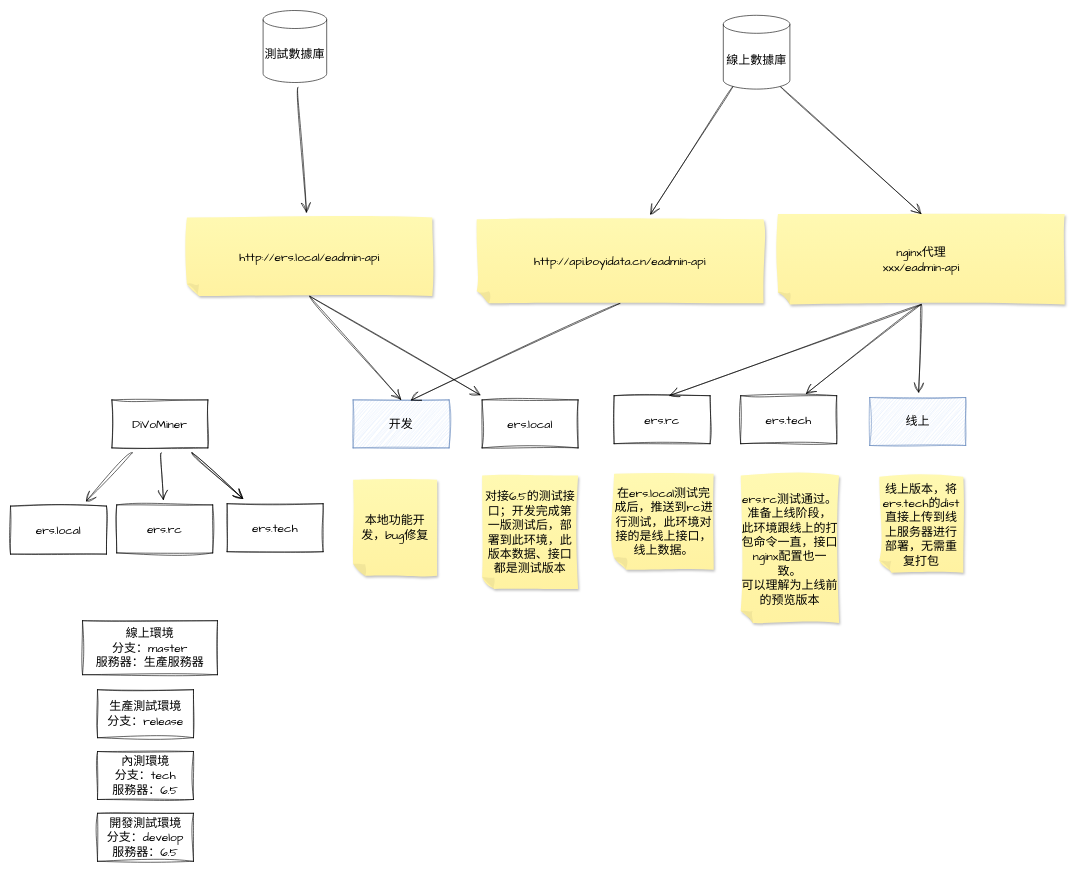
Above: draw/DiVoMiner結構.drawio in YaoKaiPeng/z-my-draw.io (draw.io), before the change. Source tidied: cells renumbered, new cells numbered last; positions are measured from the earlier drawing's top-left corner, leaving out a move shared by most shapes. Both pictures are drawn from the tidied source at 60%, with x=0, y=0 at pixel (10, 10).
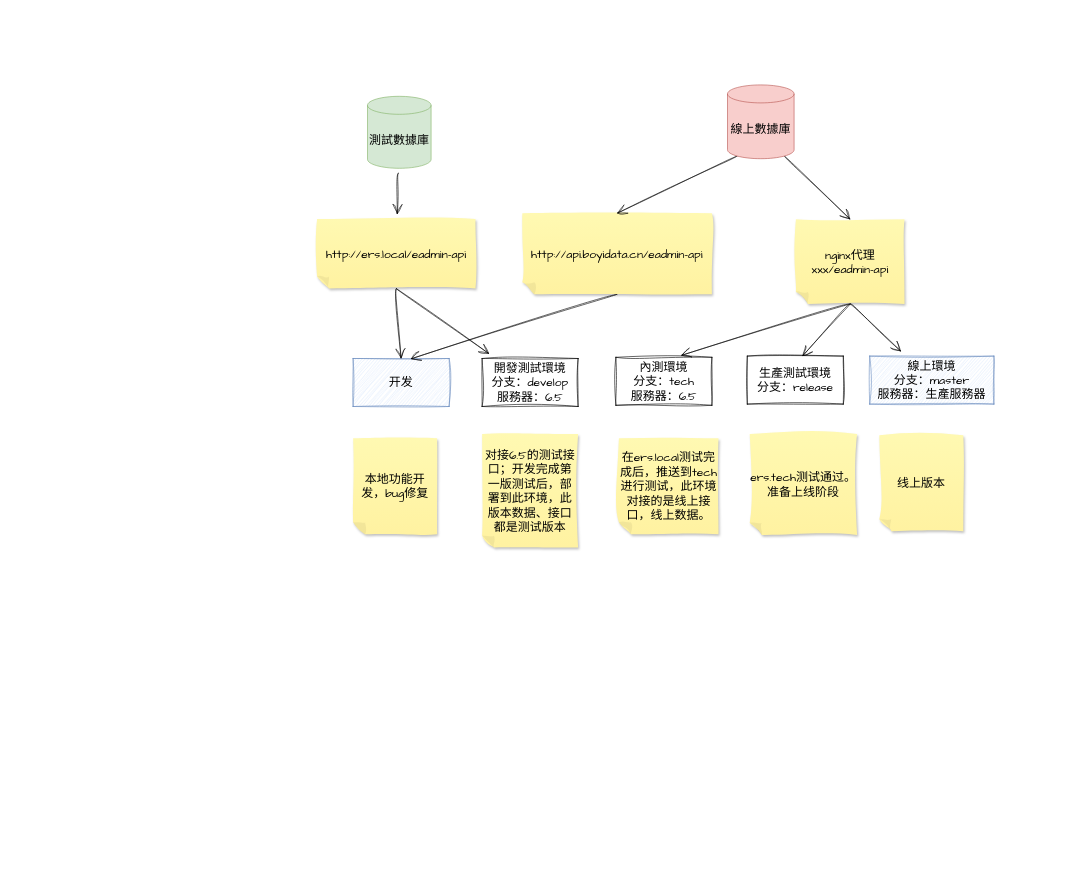
After the change.

Change to the diagram source:
```diff
@@
-    <mxCell id="2" style="edgeStyle=none;curved=1;rounded=0;sketch=1;hachureGap=4;jiggle=2;curveFitting=1;jettySize=auto;html=1;fontFamily=Architects Daughter;fontSize=16;endArrow=open;startSize=14;endSize=14;sourcePerimeterSpacing=8;targetPerimeterSpacing=8;" parent="1" edge="1" source="6" target="7">
-      <mxGeometry relative="1" as="geometry" />
-    </mxCell>
-    <mxCell id="3" style="edgeStyle=none;curved=1;rounded=0;sketch=1;hachureGap=4;jiggle=2;curveFitting=1;jettySize=auto;html=1;fontFamily=Architects Daughter;fontSize=16;endArrow=open;startSize=14;endSize=14;sourcePerimeterSpacing=8;targetPerimeterSpacing=8;" parent="1" edge="1" source="6" target="8">
-      <mxGeometry relative="1" as="geometry" />
-    </mxCell>
-    <mxCell id="4" style="edgeStyle=none;curved=1;rounded=0;sketch=1;hachureGap=4;jiggle=2;curveFitting=1;jettySize=auto;html=1;fontFamily=Architects Daughter;fontSize=16;endArrow=open;startSize=14;endSize=14;sourcePerimeterSpacing=8;targetPerimeterSpacing=8;" parent="1" edge="1" source="6" target="8">
-      <mxGeometry relative="1" as="geometry" />
-    </mxCell>
-    <mxCell id="5" style="edgeStyle=none;curved=1;rounded=0;sketch=1;hachureGap=4;jiggle=2;curveFitting=1;jettySize=auto;html=1;fontFamily=Architects Daughter;fontSize=16;endArrow=open;startSize=14;endSize=14;sourcePerimeterSpacing=8;targetPerimeterSpacing=8;" parent="1" edge="1" source="6" target="9">
-      <mxGeometry relative="1" as="geometry" />
-    </mxCell>
-    <mxCell id="6" value="DiVoMiner" style="rounded=0;whiteSpace=wrap;html=1;sketch=1;hachureGap=4;jiggle=2;curveFitting=1;fontFamily=Architects Daughter;fontSize=20;" parent="1" vertex="1">
-      <mxGeometry x="169" y="649" width="160" height="80" as="geometry" />
-    </mxCell>
-    <mxCell id="7" value="ers.local&lt;br&gt;" style="rounded=0;whiteSpace=wrap;html=1;sketch=1;hachureGap=4;jiggle=2;curveFitting=1;fontFamily=Architects Daughter;fontSize=20;" parent="1" vertex="1">
-      <mxGeometry y="826" width="160" height="80" as="geometry" />
-    </mxCell>
-    <mxCell id="8" value="ers.tech" style="rounded=0;whiteSpace=wrap;html=1;sketch=1;hachureGap=4;jiggle=2;curveFitting=1;fontFamily=Architects Daughter;fontSize=20;" parent="1" vertex="1">
-      <mxGeometry x="361" y="822" width="160" height="80" as="geometry" />
-    </mxCell>
-    <mxCell id="9" value="ers.rc" style="rounded=0;whiteSpace=wrap;html=1;sketch=1;hachureGap=4;jiggle=2;curveFitting=1;fontFamily=Architects Daughter;fontSize=20;" parent="1" vertex="1">
-      <mxGeometry x="177" y="824" width="160" height="80" as="geometry" />
-    </mxCell>
-    <mxCell id="10" value="線上環境&lt;br&gt;分支：master&lt;br&gt;服務器：生產服務器" style="rounded=0;whiteSpace=wrap;html=1;sketch=1;hachureGap=4;jiggle=2;curveFitting=1;fontFamily=Architects Daughter;fontSize=20;" parent="1" vertex="1">
-      <mxGeometry x="120" y="1017" width="225" height="90" as="geometry" />
-    </mxCell>
-    <mxCell id="11" value="內測環境&lt;br&gt;分支：tech&lt;br&gt;服務器：6.5" style="rounded=0;whiteSpace=wrap;html=1;sketch=1;hachureGap=4;jiggle=2;curveFitting=1;fontFamily=Architects Daughter;fontSize=20;" parent="1" vertex="1">
-      <mxGeometry x="145" y="1235" width="160" height="80" as="geometry" />
-    </mxCell>
-    <mxCell id="12" value="生產測試環境&lt;br&gt;分支：release" style="rounded=0;whiteSpace=wrap;html=1;sketch=1;hachureGap=4;jiggle=2;curveFitting=1;fontFamily=Architects Daughter;fontSize=20;" parent="1" vertex="1">
-      <mxGeometry x="145" y="1132" width="160" height="80" as="geometry" />
-    </mxCell>
-    <mxCell id="13" value="ers.local" style="rounded=0;whiteSpace=wrap;html=1;sketch=1;hachureGap=4;jiggle=2;curveFitting=1;fontFamily=Architects Daughter;fontSize=20;" parent="1" vertex="1">
-      <mxGeometry x="786" y="649" width="160" height="80" as="geometry" />
+    <mxCell id="13" value="開發測試環境&lt;br style=&quot;border-color: var(--border-color);&quot;&gt;分支：develop&lt;br style=&quot;border-color: var(--border-color);&quot;&gt;服務器：6.5" style="rounded=0;whiteSpace=wrap;html=1;sketch=1;hachureGap=4;jiggle=2;curveFitting=1;fontFamily=Architects Daughter;fontSize=20;" parent="1" vertex="1">
+      <mxGeometry x="786" y="580" width="160" height="80" as="geometry" />
     </mxCell>
-    <mxCell id="14" value="ers.rc" style="rounded=0;whiteSpace=wrap;html=1;sketch=1;hachureGap=4;jiggle=2;curveFitting=1;fontFamily=Architects Daughter;fontSize=20;" parent="1" vertex="1">
-      <mxGeometry x="1006" y="642" width="160" height="80" as="geometry" />
+    <mxCell id="14" value="生產測試環境&lt;br style=&quot;border-color: var(--border-color);&quot;&gt;分支：release" style="rounded=0;whiteSpace=wrap;html=1;sketch=1;hachureGap=4;jiggle=2;curveFitting=1;fontFamily=Architects Daughter;fontSize=20;" parent="1" vertex="1">
+      <mxGeometry x="1228" y="576" width="160" height="80" as="geometry" />
     </mxCell>
-    <mxCell id="15" value="ers.tech" style="rounded=0;whiteSpace=wrap;html=1;sketch=1;hachureGap=4;jiggle=2;curveFitting=1;fontFamily=Architects Daughter;fontSize=20;" parent="1" vertex="1">
-      <mxGeometry x="1217" y="642" width="160" height="80" as="geometry" />
+    <mxCell id="15" value="內測環境&lt;br style=&quot;border-color: var(--border-color);&quot;&gt;分支：tech&lt;br style=&quot;border-color: var(--border-color);&quot;&gt;服務器：6.5" style="rounded=0;whiteSpace=wrap;html=1;sketch=1;hachureGap=4;jiggle=2;curveFitting=1;fontFamily=Architects Daughter;fontSize=20;" parent="1" vertex="1">
+      <mxGeometry x="1009" y="578" width="160" height="80" as="geometry" />
     </mxCell>
-    <mxCell id="16" value="线上" style="rounded=0;whiteSpace=wrap;html=1;sketch=1;hachureGap=4;jiggle=2;curveFitting=1;fontFamily=Architects Daughter;fontSize=20;fillColor=#dae8fc;strokeColor=#6c8ebf;" parent="1" vertex="1">
-      <mxGeometry x="1432" y="645" width="160" height="80" as="geometry" />
+    <mxCell id="16" value="線上環境&lt;br style=&quot;border-color: var(--border-color);&quot;&gt;分支：master&lt;br style=&quot;border-color: var(--border-color);&quot;&gt;服務器：生產服務器" style="rounded=0;whiteSpace=wrap;html=1;sketch=1;hachureGap=4;jiggle=2;curveFitting=1;fontFamily=Architects Daughter;fontSize=20;fillColor=#dae8fc;strokeColor=#6c8ebf;" parent="1" vertex="1">
+      <mxGeometry x="1432" y="576" width="207" height="80" as="geometry" />
     </mxCell>
     <mxCell id="17" value="开发" style="rounded=0;whiteSpace=wrap;html=1;sketch=1;hachureGap=4;jiggle=2;curveFitting=1;fontFamily=Architects Daughter;fontSize=20;fillColor=#dae8fc;strokeColor=#6c8ebf;" parent="1" vertex="1">
-      <mxGeometry x="571" y="649" width="160" height="80" as="geometry" />
+      <mxGeometry x="571" y="580" width="160" height="80" as="geometry" />
     </mxCell>
     <mxCell id="18" value="本地功能开发，bug修复" style="shape=note;whiteSpace=wrap;html=1;backgroundOutline=1;fontColor=#000000;darkOpacity=0.05;fillColor=#FFF9B2;strokeColor=none;fillStyle=solid;direction=west;gradientDirection=north;gradientColor=#FFF2A1;shadow=1;size=20;sketch=1;hachureGap=4;jiggle=2;curveFitting=1;fontFamily=Architects Daughter;fontSize=20;" parent="1" vertex="1">
-      <mxGeometry x="571" y="782" width="140" height="160" as="geometry" />
+      <mxGeometry x="571" y="713" width="140" height="160" as="geometry" />
     </mxCell>
     <mxCell id="19" value="对接6.5的测试接口；开发完成第一版测试后，部署到此环境，此版本数据、接口都是测试版本" style="shape=note;whiteSpace=wrap;html=1;backgroundOutline=1;fontColor=#000000;darkOpacity=0.05;fillColor=#FFF9B2;strokeColor=none;fillStyle=solid;direction=west;gradientDirection=north;gradientColor=#FFF2A1;shadow=1;size=20;sketch=1;hachureGap=4;jiggle=2;curveFitting=1;fontFamily=Architects Daughter;fontSize=20;" parent="1" vertex="1">
-      <mxGeometry x="786" y="775" width="160" height="189" as="geometry" />
+      <mxGeometry x="786" y="706" width="160" height="189" as="geometry" />
     </mxCell>
-    <mxCell id="20" value="在ers.local测试完成后，推送到rc进行测试，此环境对接的是线上接口，线上数据。" style="shape=note;whiteSpace=wrap;html=1;backgroundOutline=1;fontColor=#000000;darkOpacity=0.05;fillColor=#FFF9B2;strokeColor=none;fillStyle=solid;direction=west;gradientDirection=north;gradientColor=#FFF2A1;shadow=1;size=20;sketch=1;hachureGap=4;jiggle=2;curveFitting=1;fontFamily=Architects Daughter;fontSize=20;" parent="1" vertex="1">
-      <mxGeometry x="1006" y="772" width="166" height="160" as="geometry" />
+    <mxCell id="20" value="在ers.local测试完成后，推送到tech进行测试，此环境对接的是线上接口，线上数据。" style="shape=note;whiteSpace=wrap;html=1;backgroundOutline=1;fontColor=#000000;darkOpacity=0.05;fillColor=#FFF9B2;strokeColor=none;fillStyle=solid;direction=west;gradientDirection=north;gradientColor=#FFF2A1;shadow=1;size=20;sketch=1;hachureGap=4;jiggle=2;curveFitting=1;fontFamily=Architects Daughter;fontSize=20;" parent="1" vertex="1">
+      <mxGeometry x="1014" y="713" width="166" height="160" as="geometry" />
     </mxCell>
-    <mxCell id="21" value="ers.rc测试通过。准备上线阶段，&lt;br&gt;此环境跟线上的打包命令一直，接口nginx配置也一致。&lt;br&gt;可以理解为上线前的预览版本" style="shape=note;whiteSpace=wrap;html=1;backgroundOutline=1;fontColor=#000000;darkOpacity=0.05;fillColor=#FFF9B2;strokeColor=none;fillStyle=solid;direction=west;gradientDirection=north;gradientColor=#FFF2A1;shadow=1;size=20;sketch=1;hachureGap=4;jiggle=2;curveFitting=1;fontFamily=Architects Daughter;fontSize=20;" parent="1" vertex="1">
-      <mxGeometry x="1217" y="775" width="164" height="246" as="geometry" />
+    <mxCell id="21" value="ers.tech测试通过。准备上线阶段" style="shape=note;whiteSpace=wrap;html=1;backgroundOutline=1;fontColor=#000000;darkOpacity=0.05;fillColor=#FFF9B2;strokeColor=none;fillStyle=solid;direction=west;gradientDirection=north;gradientColor=#FFF2A1;shadow=1;size=20;sketch=1;hachureGap=4;jiggle=2;curveFitting=1;fontFamily=Architects Daughter;fontSize=20;" parent="1" vertex="1">
+      <mxGeometry x="1232" y="706" width="179" height="168" as="geometry" />
     </mxCell>
-    <mxCell id="22" value="线上版本，将ers.tech的dist直接上传到线上服务器进行部署，无需重复打包" style="shape=note;whiteSpace=wrap;html=1;backgroundOutline=1;fontColor=#000000;darkOpacity=0.05;fillColor=#FFF9B2;strokeColor=none;fillStyle=solid;direction=west;gradientDirection=north;gradientColor=#FFF2A1;shadow=1;size=20;sketch=1;hachureGap=4;jiggle=2;curveFitting=1;fontFamily=Architects Daughter;fontSize=20;" parent="1" vertex="1">
-      <mxGeometry x="1448" y="777" width="140" height="160" as="geometry" />
+    <mxCell id="22" value="线上版本" style="shape=note;whiteSpace=wrap;html=1;backgroundOutline=1;fontColor=#000000;darkOpacity=0.05;fillColor=#FFF9B2;strokeColor=none;fillStyle=solid;direction=west;gradientDirection=north;gradientColor=#FFF2A1;shadow=1;size=20;sketch=1;hachureGap=4;jiggle=2;curveFitting=1;fontFamily=Architects Daughter;fontSize=20;" parent="1" vertex="1">
+      <mxGeometry x="1448" y="708" width="140" height="160" as="geometry" />
     </mxCell>
@@
     <mxCell id="24" value="http://api.boyidata.cn/eadmin-api" style="shape=note;whiteSpace=wrap;html=1;backgroundOutline=1;fontColor=#000000;darkOpacity=0.05;fillColor=#FFF9B2;strokeColor=none;fillStyle=solid;direction=west;gradientDirection=north;gradientColor=#FFF2A1;shadow=1;size=20;sketch=1;hachureGap=4;jiggle=2;curveFitting=1;fontFamily=Architects Daughter;fontSize=20;" parent="1" vertex="1">
-      <mxGeometry x="777" y="348" width="478" height="140" as="geometry" />
+      <mxGeometry x="853" y="338" width="316" height="135" as="geometry" />
     </mxCell>
@@
     <mxCell id="28" value="nginx代理&lt;br&gt;xxx/eadmin-api" style="shape=note;whiteSpace=wrap;html=1;backgroundOutline=1;fontColor=#000000;darkOpacity=0.05;fillColor=#FFF9B2;strokeColor=none;fillStyle=solid;direction=west;gradientDirection=north;gradientColor=#FFF2A1;shadow=1;size=20;sketch=1;hachureGap=4;jiggle=2;curveFitting=1;fontFamily=Architects Daughter;fontSize=20;" parent="1" vertex="1">
-      <mxGeometry x="1279" y="339" width="478" height="151" as="geometry" />
+      <mxGeometry x="1309" y="348" width="181" height="141" as="geometry" />
     </mxCell>
@@
     <mxCell id="31" value="http://ers.local/eadmin-api" style="shape=note;whiteSpace=wrap;html=1;backgroundOutline=1;fontColor=#000000;darkOpacity=0.05;fillColor=#FFF9B2;strokeColor=none;fillStyle=solid;direction=west;gradientDirection=north;gradientColor=#FFF2A1;shadow=1;size=20;sketch=1;hachureGap=4;jiggle=2;curveFitting=1;fontFamily=Architects Daughter;fontSize=20;" parent="1" vertex="1">
-      <mxGeometry x="294" y="345" width="409" height="131" as="geometry" />
+      <mxGeometry x="511" y="347.5" width="264" height="116" as="geometry" />
     </mxCell>
-    <mxCell id="32" style="edgeStyle=none;curved=1;rounded=0;sketch=1;hachureGap=4;jiggle=2;curveFitting=1;jettySize=auto;html=1;exitX=0.145;exitY=1;exitDx=0;exitDy=-4.35;fontFamily=Architects Daughter;fontSize=16;endArrow=open;startSize=14;endSize=14;sourcePerimeterSpacing=8;targetPerimeterSpacing=8;exitPerimeter=0;" parent="1" edge="1" source="35" target="24">
+    <mxCell id="32" style="edgeStyle=none;curved=1;rounded=0;sketch=1;hachureGap=4;jiggle=2;curveFitting=1;jettySize=auto;html=1;exitX=0.145;exitY=1;exitDx=0;exitDy=-4.35;fontFamily=Architects Daughter;fontSize=16;endArrow=open;startSize=14;endSize=14;sourcePerimeterSpacing=8;targetPerimeterSpacing=8;exitPerimeter=0;entryX=0.5;entryY=1;entryDx=0;entryDy=0;entryPerimeter=0;" parent="1" edge="1" source="35" target="24">
       <mxGeometry relative="1" as="geometry" />
     </mxCell>
@@
-    <mxCell id="35" value="&lt;span style=&quot;font-family: &amp;quot;Architects Daughter&amp;quot;; font-size: 20px;&quot;&gt;線上數據庫&lt;/span&gt;" style="shape=cylinder3;whiteSpace=wrap;html=1;boundedLbl=1;backgroundOutline=1;size=15;" parent="1" vertex="1">
-      <mxGeometry x="1188" y="8" width="111" height="123" as="geometry" />
+    <mxCell id="35" value="&lt;span style=&quot;font-family: &amp;quot;Architects Daughter&amp;quot;; font-size: 20px;&quot;&gt;線上數據庫&lt;/span&gt;" style="shape=cylinder3;whiteSpace=wrap;html=1;boundedLbl=1;backgroundOutline=1;size=15;fillColor=#f8cecc;strokeColor=#b85450;" parent="1" vertex="1">
+      <mxGeometry x="1195" y="124" width="111" height="123" as="geometry" />
     </mxCell>
-    <mxCell id="36" value="&lt;span style=&quot;font-family: &amp;quot;Architects Daughter&amp;quot;; font-size: 20px;&quot;&gt;測試數據庫&lt;/span&gt;" style="shape=cylinder3;whiteSpace=wrap;html=1;boundedLbl=1;backgroundOutline=1;size=15;" parent="1" vertex="1">
-      <mxGeometry x="421" width="106" height="120" as="geometry" />
+    <mxCell id="36" value="&lt;span style=&quot;font-family: &amp;quot;Architects Daughter&amp;quot;; font-size: 20px;&quot;&gt;測試數據庫&lt;/span&gt;" style="shape=cylinder3;whiteSpace=wrap;html=1;boundedLbl=1;backgroundOutline=1;size=15;fillColor=#d5e8d4;strokeColor=#82b366;" parent="1" vertex="1">
+      <mxGeometry x="595" y="143" width="106" height="120" as="geometry" />
     </mxCell>
-    <mxCell id="37" value="開發測試環境&lt;br&gt;分支：develop&lt;br&gt;服務器：6.5" style="rounded=0;whiteSpace=wrap;html=1;sketch=1;hachureGap=4;jiggle=2;curveFitting=1;fontFamily=Architects Daughter;fontSize=20;" parent="1" vertex="1">
-      <mxGeometry x="145" y="1338" width="160" height="80" as="geometry" />
-    </mxCell>
```
